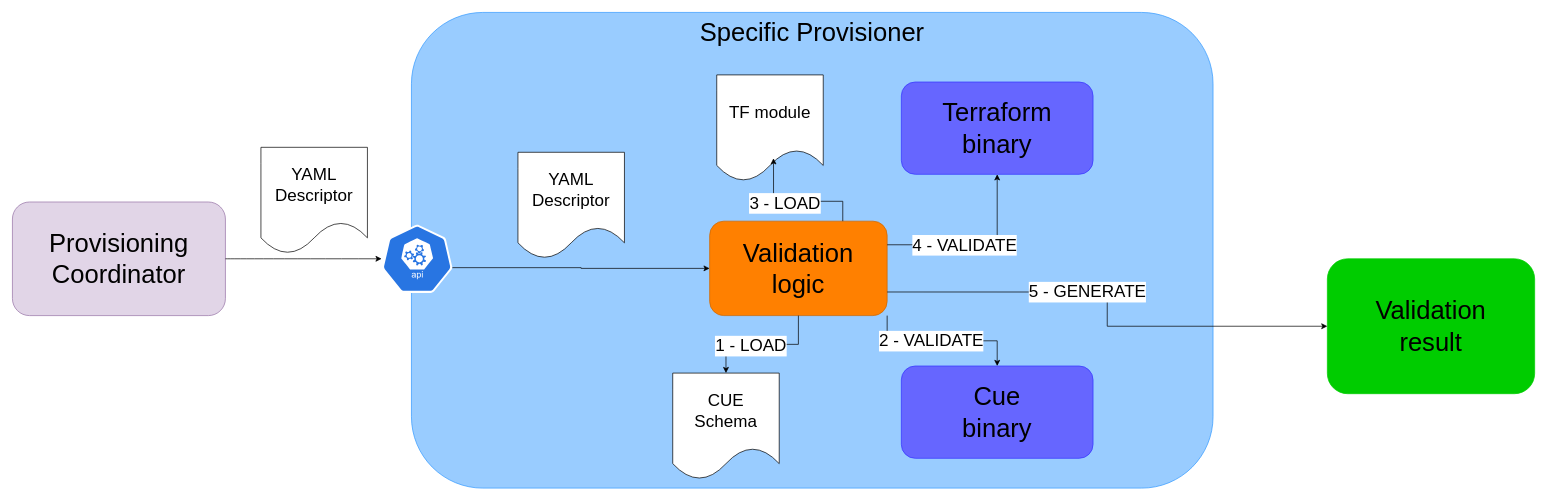
Above: page "Validation" (5 of 6) of docs/hld.drawio in agile-lab-dev/witboost-terraform-scaffold (draw.io), before the change. Source tidied: cells renumbered, new cells numbered last; positions are measured from the earlier drawing's top-left corner, leaving out a move shared by most shapes. Both pictures are drawn from the tidied source at 71%, with x=0, y=0 at pixel (12, 12).
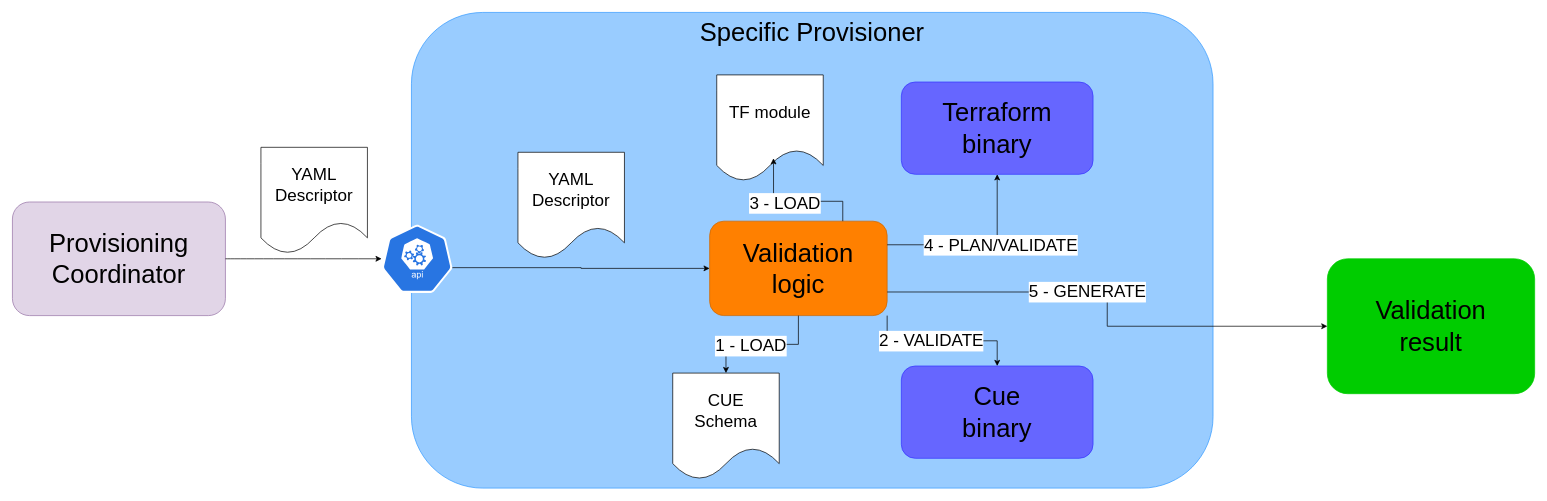
After the change.

The change refers to these unchanged cells:
```xml
<mxCell id="21" style="edgeStyle=orthogonalEdgeStyle;rounded=0;jettySize=auto;html=1;exitX=1;exitY=0.25;exitDx=0;exitDy=0;entryX=0.5;entryY=1;entryDx=0;entryDy=0;" parent="1" edge="1" source="13" target="20">
  <mxGeometry relative="1" as="geometry" />
</mxCell>
```

Change to the diagram source:
```diff
@@
-    <mxCell id="22" value="&lt;font style=&quot;font-size: 24px;&quot;&gt;4 - VALIDATE&lt;/font&gt;" style="edgeLabel;html=1;align=center;verticalAlign=middle;" parent="21" vertex="1">
+    <mxCell id="22" value="&lt;font style=&quot;font-size: 24px&quot;&gt;4 - PLAN/VALIDATE&lt;/font&gt;" style="edgeLabel;html=1;align=center;verticalAlign=middle;" parent="21" vertex="1">
       <mxGeometry x="-0.15" relative="1" as="geometry">
-        <mxPoint x="1" as="offset" />
+        <mxPoint x="52" as="offset" />
       </mxGeometry>
     </mxCell>
```
